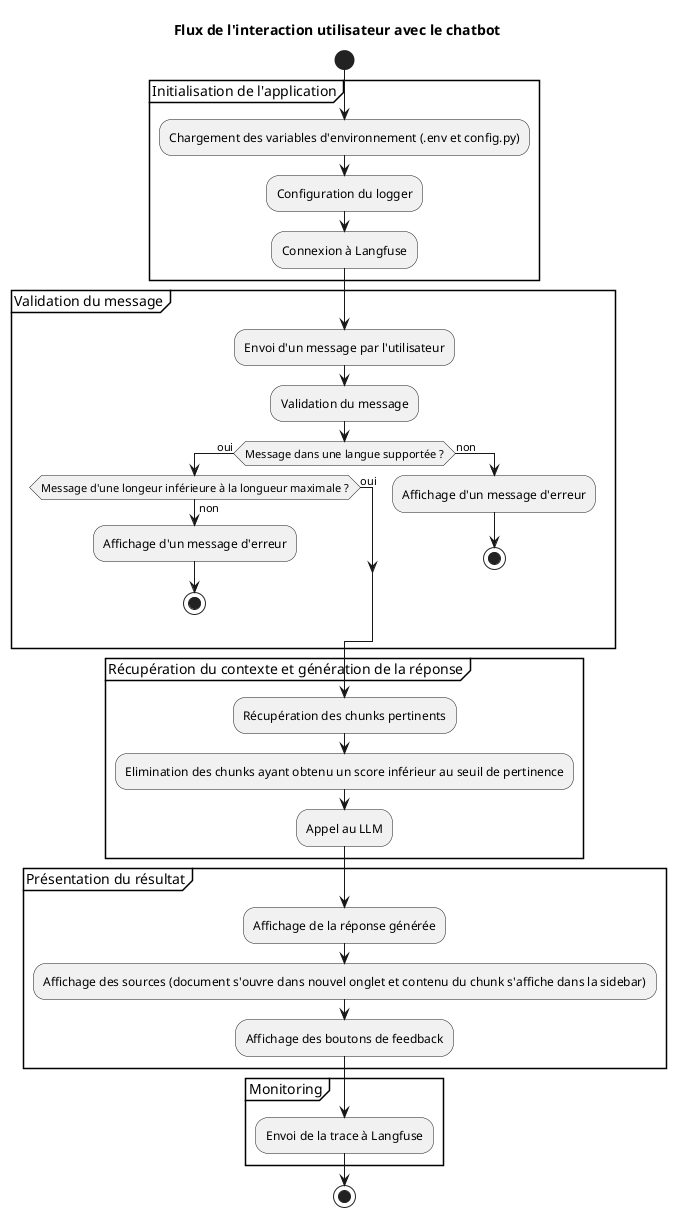
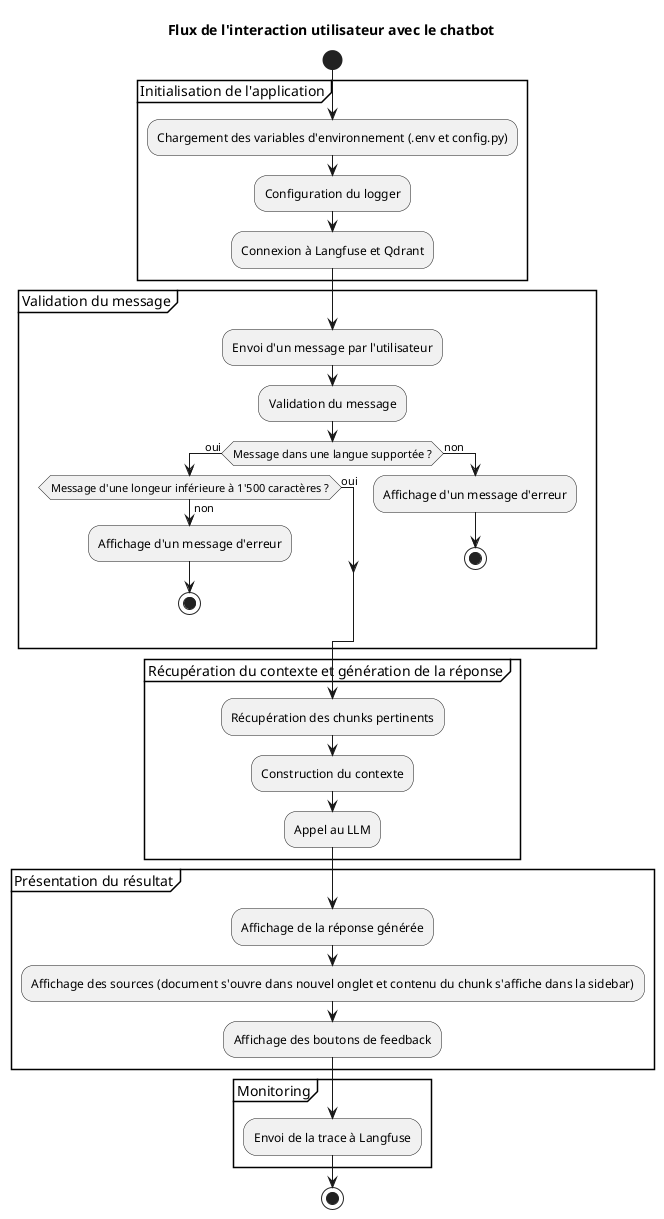
@startuml

title Flux de l'interaction utilisateur avec le chatbot

start

partition "Initialisation de l'application" {
  :Chargement des variables d'environnement (.env et config.py);
  :Configuration du logger;
-   :Connexion à Langfuse;
+   :Connexion à Langfuse et Qdrant;
}

partition "Validation du message" {
  :Envoi d'un message par l'utilisateur;
  :Validation du message;
  if (Message dans une langue supportée ?) then (oui)
-     if (Message d'une longeur inférieure à la longueur maximale ?) then (non)
+     if (Message d'une longeur inférieure à 1'500 caractères ?) then (non)
      :Affichage d'un message d'erreur;
      stop
    else (oui)
  endif
  else (non)
    :Affichage d'un message d'erreur;
    stop
  endif
}

partition "Récupération du contexte et génération de la réponse" {
  :Récupération des chunks pertinents;
-   :Elimination des chunks ayant obtenu un score inférieur au seuil de pertinence;
+   :Construction du contexte;
  :Appel au LLM;
}

partition "Présentation du résultat" {
  :Affichage de la réponse générée;
  :Affichage des sources (document s'ouvre dans nouvel onglet et contenu du chunk s'affiche dans la sidebar);
  :Affichage des boutons de feedback;
}

partition "Monitoring" {
  :Envoi de la trace à Langfuse;
}

stop
@enduml
